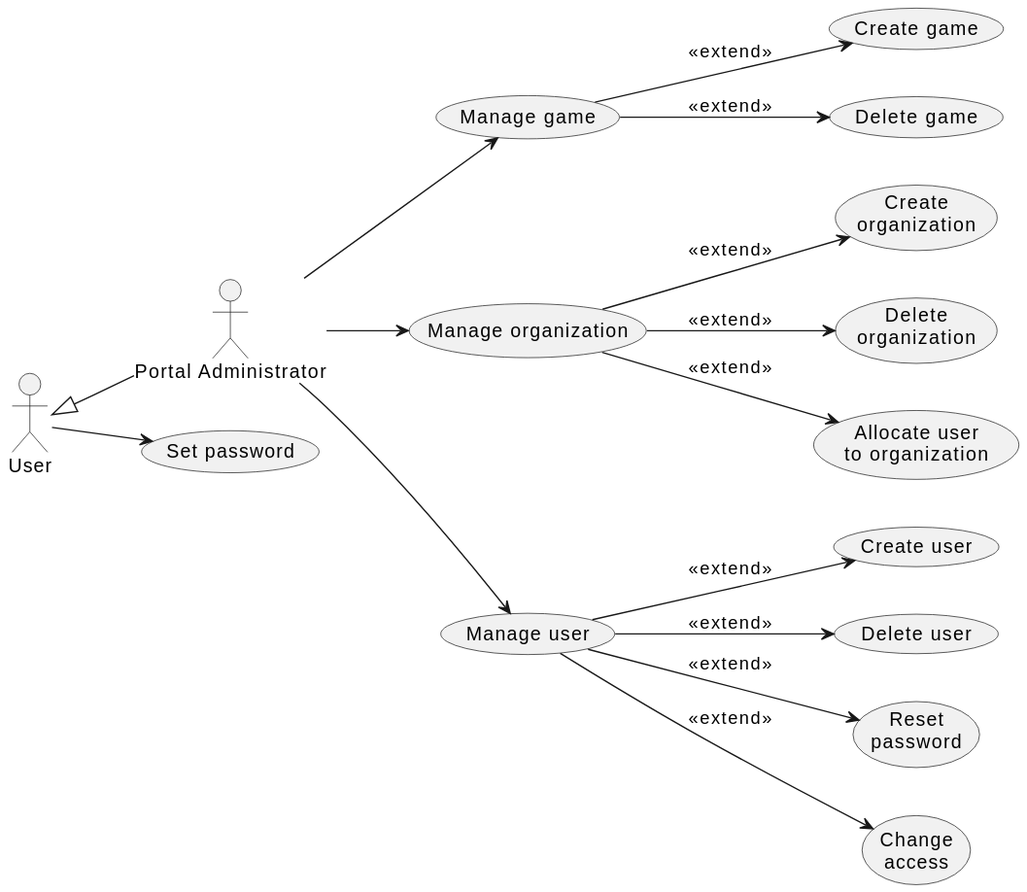
Earlier version of the PlantUML export doc/1-use-cases/diagrams/portal-administration.svg (averbraeck/gscg-design). The source it was exported from:
```plantuml
@startuml
left to right direction

"Portal Administrator" as PA
User <|-- PA

User --> (Set password)

PA --> (Manage game)
(Manage game) --> (Create game) : << extend >>
(Manage game) --> (Delete game) : << extend >>

PA --> (Manage organization)
(Manage organization) --> (Create\norganization) : << extend >>
(Manage organization) --> (Delete\norganization) : << extend >>
(Manage organization) --> (Allocate user\nto organization) : << extend >>

PA --> (Manage user)
(Manage user) --> (Create user) : << extend >>
(Manage user) --> (Delete user) : << extend >>
(Manage user) --> (Reset\npassword) : << extend >>
(Manage user) --> (Change\naccess) : << extend >>
@enduml
```
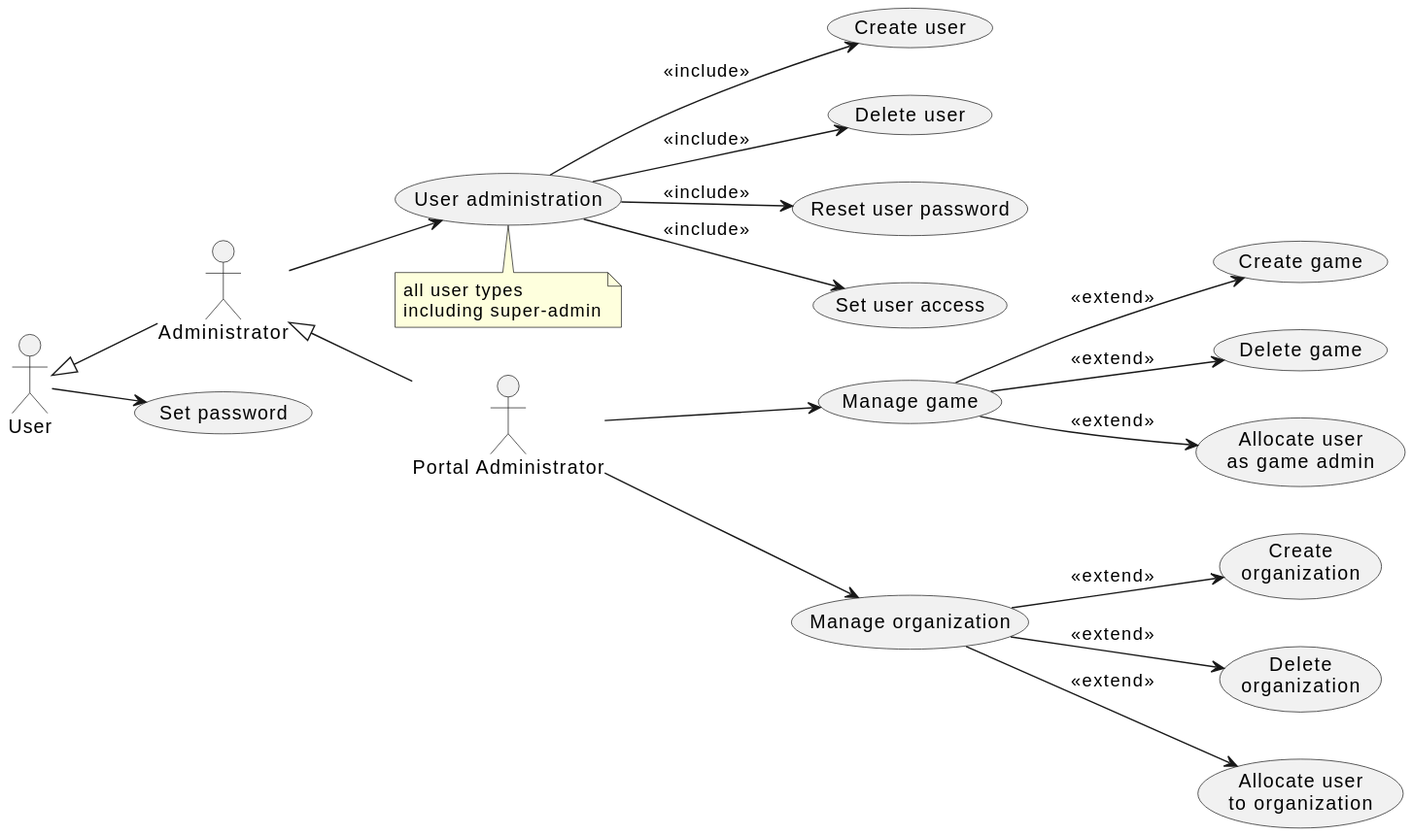
The same diagram one commit later.

The edit, as a diff of the source:
```diff
@@ -2,22 +2,29 @@
 left to right direction
 
 "Portal Administrator" as PA
-User <|-- PA
+User <|-- Administrator
+Administrator <|-- PA
 
 User --> (Set password)
+
+Administrator --> (User administration)
+note bottom
+  all user types
+  including super-admin
+end note
+
+(User administration) --> (Create user) : << include >>
+(User administration) --> (Delete user) : << include >>
+(User administration) --> (Reset user password) : << include >>
+(User administration) --> (Set user access) : << include >>
 
 PA --> (Manage game)
 (Manage game) --> (Create game) : << extend >>
 (Manage game) --> (Delete game) : << extend >>
+(Manage game) --> (Allocate user\nas game admin) : << extend >>
 
 PA --> (Manage organization)
 (Manage organization) --> (Create\norganization) : << extend >>
 (Manage organization) --> (Delete\norganization) : << extend >>
 (Manage organization) --> (Allocate user\nto organization) : << extend >>
-
-PA --> (Manage user)
-(Manage user) --> (Create user) : << extend >>
-(Manage user) --> (Delete user) : << extend >>
-(Manage user) --> (Reset\npassword) : << extend >>
-(Manage user) --> (Change\naccess) : << extend >>
 @enduml
```
